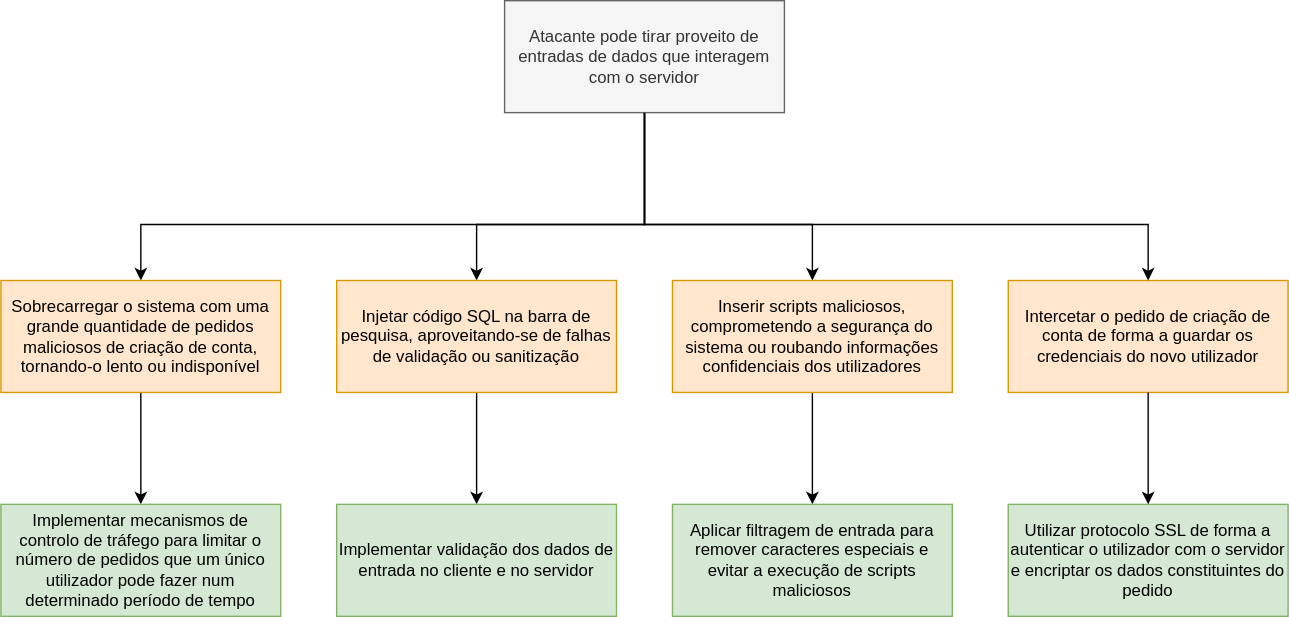
This is Deliverables/Phase1/Use Case 7/US7ThreatTree.svg from DInacio02/desofs2024_M1B_6, a draw.io export, as it was before one commit. Source tidied: cells renumbered, new cells last; positions are measured from the earlier drawing's top-left corner, leaving out a move shared by most shapes. The source it was exported from:
```xml
<mxGraphModel>
  <root>
    <mxCell id="0" />
    <mxCell id="1" parent="0" />
    <mxCell id="2" style="edgeStyle=orthogonalEdgeStyle;rounded=0;jettySize=auto;html=1;entryX=0.5;entryY=0;entryDx=0;entryDy=0;entryPerimeter=0;" parent="1" edge="1" target="7">
      <mxGeometry relative="1" as="geometry">
        <mxPoint x="444" y="70" as="sourcePoint" />
        <Array as="points">
          <mxPoint x="460" y="70" />
          <mxPoint x="460" y="160" />
          <mxPoint x="340" y="160" />
        </Array>
      </mxGeometry>
    </mxCell>
    <mxCell id="3" style="edgeStyle=orthogonalEdgeStyle;rounded=0;jettySize=auto;html=1;" parent="1" edge="1" source="5" target="9">
      <mxGeometry relative="1" as="geometry">
        <Array as="points">
          <mxPoint x="460" y="160" />
          <mxPoint x="580" y="160" />
        </Array>
      </mxGeometry>
    </mxCell>
    <mxCell id="4" style="edgeStyle=orthogonalEdgeStyle;rounded=0;jettySize=auto;html=1;" parent="1" edge="1" source="5" target="11">
      <mxGeometry relative="1" as="geometry">
        <Array as="points">
          <mxPoint x="460" y="160" />
          <mxPoint x="100" y="160" />
        </Array>
      </mxGeometry>
    </mxCell>
    <mxCell id="5" value="&lt;div&gt;Atacante pode tirar proveito de entradas de dados que interagem com o servidor&lt;/div&gt;" style="rounded=0;whiteSpace=wrap;html=1;fillColor=#f5f5f5;fontColor=#333333;strokeColor=#666666;" parent="1" vertex="1">
      <mxGeometry x="360" width="200" height="80" as="geometry" />
    </mxCell>
    <mxCell id="6" style="edgeStyle=orthogonalEdgeStyle;rounded=0;jettySize=auto;html=1;" parent="1" edge="1" source="7" target="13">
      <mxGeometry relative="1" as="geometry">
        <Array as="points">
          <mxPoint x="340" y="310" />
          <mxPoint x="340" y="310" />
        </Array>
      </mxGeometry>
    </mxCell>
    <mxCell id="7" value="&lt;font style=&quot;--darkreader-inline-color: #e8e6e3;&quot; color=&quot;#000000&quot;&gt;Injetar código SQL na barra de pesquisa, aproveitando-se de falhas de validação ou sanitização&lt;/font&gt;" style="whiteSpace=wrap;html=1;fillColor=#ffe6cc;strokeColor=#d79b00;rounded=0;" parent="1" vertex="1">
      <mxGeometry x="240" y="200" width="200" height="80" as="geometry" />
    </mxCell>
    <mxCell id="8" style="edgeStyle=orthogonalEdgeStyle;rounded=0;jettySize=auto;html=1;" parent="1" edge="1" source="9" target="14">
      <mxGeometry relative="1" as="geometry">
        <Array as="points">
          <mxPoint x="580" y="310" />
          <mxPoint x="580" y="310" />
        </Array>
      </mxGeometry>
    </mxCell>
    <mxCell id="9" value="&lt;font style=&quot;--darkreader-inline-color: #e8e6e3;&quot; color=&quot;#000000&quot;&gt;Inserir scripts maliciosos, comprometendo a segurança do sistema ou roubando informações confidenciais dos utilizadores&lt;/font&gt;" style="whiteSpace=wrap;html=1;fillColor=#ffe6cc;strokeColor=#d79b00;rounded=0;" parent="1" vertex="1">
      <mxGeometry x="480" y="200" width="200" height="80" as="geometry" />
    </mxCell>
    <mxCell id="10" style="edgeStyle=orthogonalEdgeStyle;rounded=0;jettySize=auto;html=1;entryX=0.5;entryY=0;entryDx=0;entryDy=0;" parent="1" edge="1" source="11" target="12">
      <mxGeometry relative="1" as="geometry">
        <Array as="points">
          <mxPoint x="100" y="360" />
          <mxPoint x="100" y="360" />
        </Array>
      </mxGeometry>
    </mxCell>
    <mxCell id="11" value="&lt;font style=&quot;--darkreader-inline-color: #e8e6e3;&quot; color=&quot;#000000&quot;&gt;Sobrecarregar o sistema com uma grande quantidade de pedidos maliciosos de criação de conta, tornando-o lento ou indisponível&lt;/font&gt;" style="whiteSpace=wrap;html=1;fillColor=#ffe6cc;strokeColor=#d79b00;rounded=0;" parent="1" vertex="1">
      <mxGeometry y="200" width="200" height="80" as="geometry" />
    </mxCell>
    <mxCell id="12" value="&lt;font style=&quot;--darkreader-inline-color: #e8e6e3;&quot; color=&quot;#000000&quot;&gt;Implementar mecanismos de controlo de tráfego para limitar o número de pedidos que um único utilizador pode fazer num determinado período de tempo&lt;/font&gt;" style="whiteSpace=wrap;html=1;fillColor=#d5e8d4;strokeColor=#82b366;rounded=0;" parent="1" vertex="1">
      <mxGeometry y="360" width="200" height="80" as="geometry" />
    </mxCell>
    <mxCell id="13" value="&lt;font style=&quot;--darkreader-inline-color: #e8e6e3;&quot; color=&quot;#000000&quot;&gt;Implementar validação&amp;nbsp;dos dados de entrada&lt;/font&gt; no cliente e no servidor" style="whiteSpace=wrap;html=1;fillColor=#d5e8d4;strokeColor=#82b366;rounded=0;" parent="1" vertex="1">
      <mxGeometry x="240" y="360" width="200" height="80" as="geometry" />
    </mxCell>
    <mxCell id="14" value="&lt;font color=&quot;#000000&quot;&gt;Aplicar filtragem de entrada para remover caracteres especiais e evitar a execução de scripts maliciosos&lt;/font&gt;" style="whiteSpace=wrap;html=1;fillColor=#d5e8d4;strokeColor=#82b366;rounded=0;" parent="1" vertex="1">
      <mxGeometry x="480" y="360" width="200" height="80" as="geometry" />
    </mxCell>
    <mxCell id="15" value="&lt;font style=&quot;--darkreader-inline-color: #e8e6e3;&quot; color=&quot;#000000&quot;&gt;Intercetar o pedido de criação de conta de forma a guardar os credenciais do novo utilizador&lt;br&gt;&lt;/font&gt;" style="whiteSpace=wrap;html=1;fillColor=#ffe6cc;strokeColor=#d79b00;rounded=0;" parent="1" vertex="1">
      <mxGeometry x="720" y="200" width="200" height="80" as="geometry" />
    </mxCell>
    <mxCell id="16" value="&lt;font style=&quot;--darkreader-inline-color: #e8e6e3;&quot; color=&quot;#000000&quot;&gt;Utilizar protocolo SSL de forma a autenticar o utilizador com o servidor e encriptar os dados constituintes do pedido&lt;br&gt;&lt;/font&gt;" style="whiteSpace=wrap;html=1;fillColor=#d5e8d4;strokeColor=#82b366;rounded=0;" parent="1" vertex="1">
      <mxGeometry x="720" y="360" width="200" height="80" as="geometry" />
    </mxCell>
    <mxCell id="17" style="endArrow=classic;html=1;rounded=0;exitX=0.5;exitY=1;exitDx=0;exitDy=0;entryX=0.5;entryY=0;entryDx=0;entryDy=0;" parent="1" edge="1" source="5" target="15">
      <mxGeometry relative="1" as="geometry">
        <Array as="points">
          <mxPoint x="460" y="160" />
          <mxPoint x="820" y="160" />
        </Array>
      </mxGeometry>
    </mxCell>
    <mxCell id="18" style="endArrow=classic;html=1;rounded=0;exitX=0.5;exitY=1;exitDx=0;exitDy=0;entryX=0.5;entryY=0;entryDx=0;entryDy=0;" parent="1" edge="1" source="15" target="16">
      <mxGeometry relative="1" as="geometry" />
    </mxCell>
  </root>
</mxGraphModel>
```
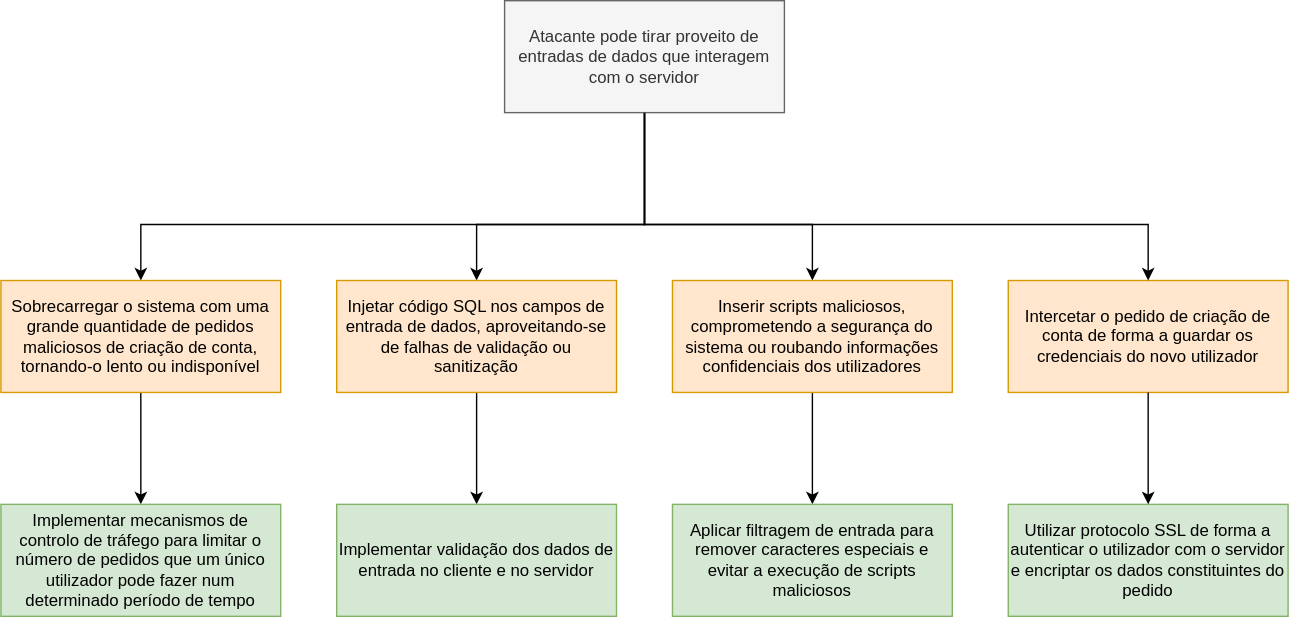
After the commit.

Commit message:
docs: termina modelação de ameaças do caso de uso 7

What changed in the source:
```diff
@@ -39,7 +39,7 @@
         </Array>
       </mxGeometry>
     </mxCell>
-    <mxCell id="7" value="&lt;font style=&quot;--darkreader-inline-color: #e8e6e3;&quot; color=&quot;#000000&quot;&gt;Injetar código SQL na barra de pesquisa, aproveitando-se de falhas de validação ou sanitização&lt;/font&gt;" style="whiteSpace=wrap;html=1;fillColor=#ffe6cc;strokeColor=#d79b00;rounded=0;" parent="1" vertex="1">
+    <mxCell id="7" value="&lt;font style=&quot;--darkreader-inline-color: #e8e6e3;&quot; color=&quot;#000000&quot;&gt;Injetar código SQL nos campos de entrada de dados, aproveitando-se de falhas de validação ou sanitização&lt;/font&gt;" style="whiteSpace=wrap;html=1;fillColor=#ffe6cc;strokeColor=#d79b00;rounded=0;" parent="1" vertex="1">
       <mxGeometry x="240" y="200" width="200" height="80" as="geometry" />
     </mxCell>
     <mxCell id="8" style="edgeStyle=orthogonalEdgeStyle;rounded=0;jettySize=auto;html=1;" parent="1" edge="1" source="9" target="14">
```
